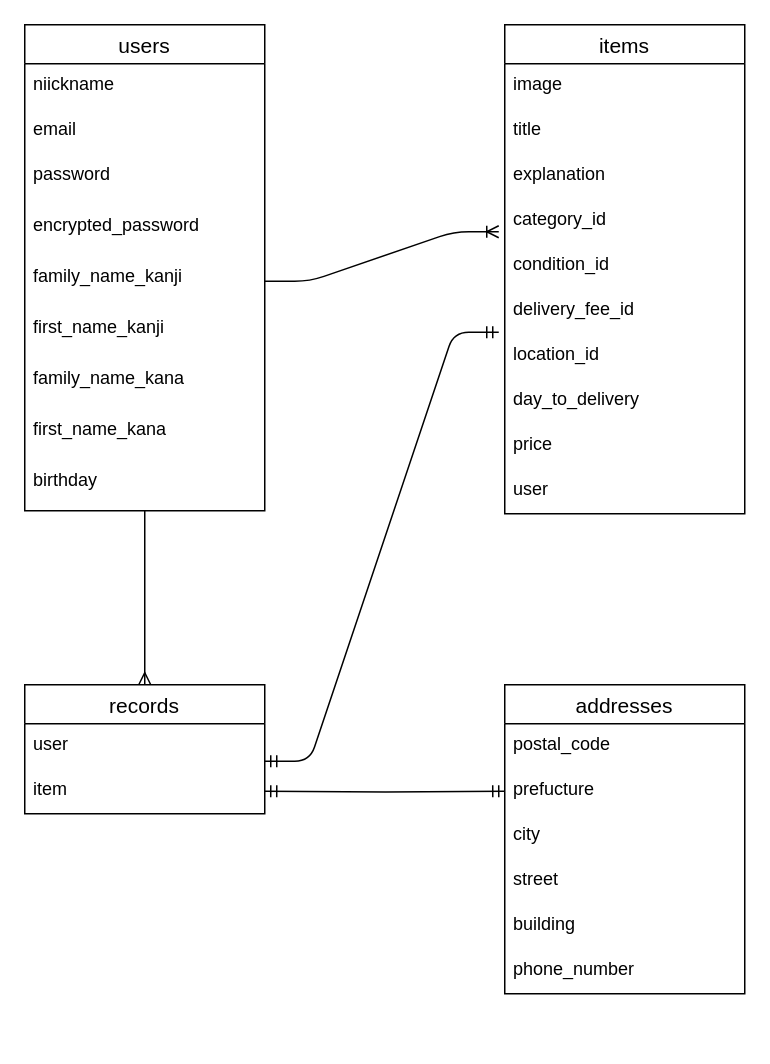
Earlier version of the draw.io diagram db/datebase.dio (myeongju24/furima-31079). Source tidied: cells renumbered, new cells numbered last; positions are measured from the earlier drawing's top-left corner, leaving out a move shared by most shapes. Both pictures are drawn from the tidied source at 150%, with x=0, y=0 at pixel (24, 24).
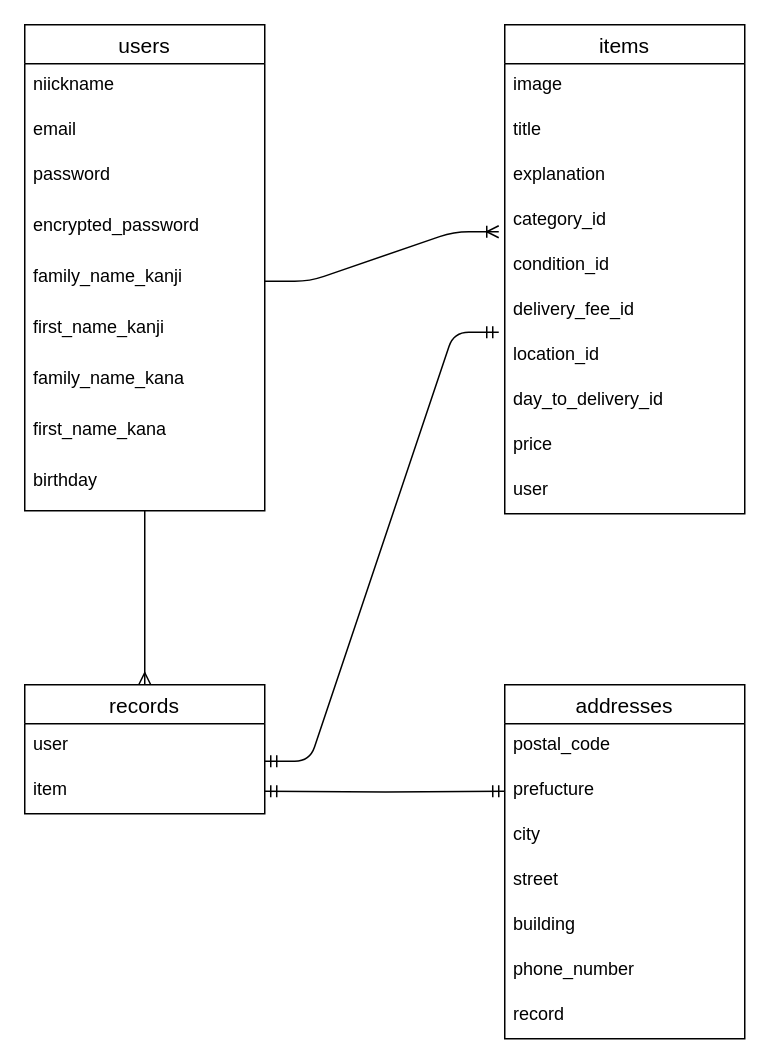
After the change.

Commit message (it also covers changes not shown here):
パスワード削除

Unchanged cells that the change refers to:
```xml
<mxCell id="2" value="items" style="swimlane;fontStyle=0;horizontal=1;startSize=26;align=center;fontSize=14;gradientColor=#ffffff;" parent="1" vertex="1">
  <mxGeometry x="320" width="160" height="326" as="geometry" />
</mxCell>
```

The edit, as a diff of the source:
```diff
@@
-    <mxCell id="10" value="day_to_delivery" style="text;strokeColor=none;fillColor=none;spacingLeft=4;spacingRight=4;overflow=hidden;fontSize=12;" parent="2" vertex="1">
+    <mxCell id="10" value="day_to_delivery_id" style="text;strokeColor=none;fillColor=none;spacingLeft=4;spacingRight=4;overflow=hidden;fontSize=12;" parent="2" vertex="1">
       <mxGeometry y="236" width="160" height="30" as="geometry" />
     </mxCell>
@@
     <mxCell id="24" value="addresses" style="swimlane;fontStyle=0;horizontal=1;startSize=26;align=center;fontSize=14;" parent="1" vertex="1">
-      <mxGeometry x="320" y="440" width="160" height="206" as="geometry" />
+      <mxGeometry x="320" y="440" width="160" height="236" as="geometry" />
     </mxCell>
@@
+    <mxCell id="37" value="record" style="text;strokeColor=none;fillColor=none;spacingLeft=4;spacingRight=4;overflow=hidden;fontSize=12;" parent="24" vertex="1">
+      <mxGeometry y="206" width="160" height="30" as="geometry" />
+    </mxCell>
```
